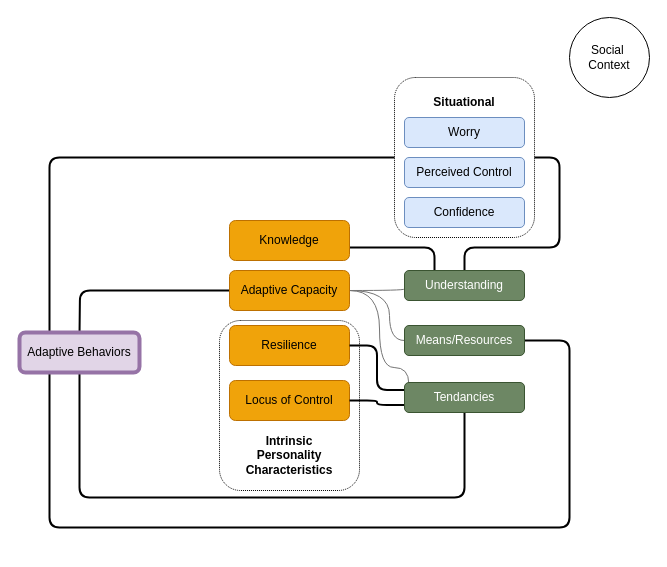
Before: Obj3_Framework.drawio in dealchre/gradDrawio, a draw.io diagram. Source tidied: cells renumbered, new cells numbered last; positions are measured from the earlier drawing's top-left corner, leaving out a move shared by most shapes. Both pictures are drawn from the tidied source at 100%, with x=0, y=0 at pixel (19, 17).
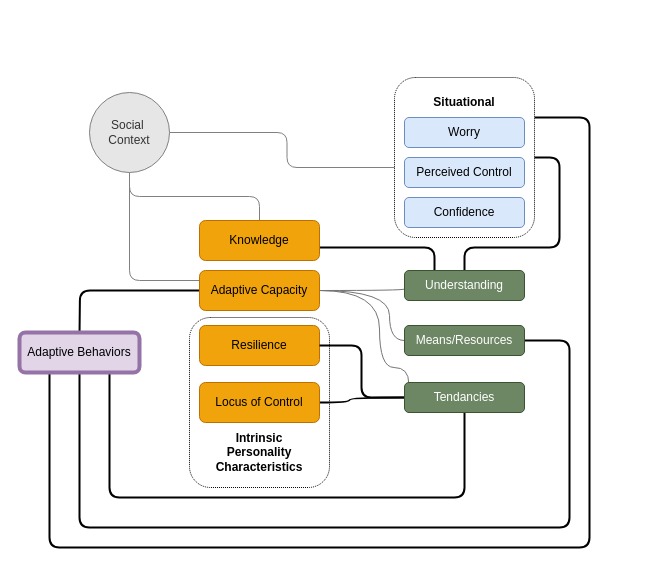
After the change.

Unchanged cells that the change refers to:
```xml
<mxCell id="2" style="rounded=1;whiteSpace=wrap;html=1;fillColor=light-dark(#FFFFFF,transparent);strokeColor=light-dark(#000000,#1A1A1A);dashed=1;dashPattern=1 1;strokeWidth=1;" parent="1" vertex="1">
  <mxGeometry x="375" y="60" width="140" height="160" as="geometry" />
</mxCell>
<mxCell id="18" value="Tendancies" style="rounded=1;whiteSpace=wrap;html=1;fillColor=#6d8764;fontColor=#ffffff;strokeColor=#3A5431;" parent="1" vertex="1">
  <mxGeometry x="385" y="365" width="120" height="30" as="geometry" />
</mxCell>
<mxCell id="22" value="Means/Resources" style="rounded=1;whiteSpace=wrap;html=1;fillColor=#6d8764;fontColor=#ffffff;strokeColor=#3A5431;" parent="1" vertex="1">
  <mxGeometry x="385" y="308" width="120" height="30" as="geometry" />
</mxCell>
<mxCell id="23" value="Worry" style="rounded=1;whiteSpace=wrap;html=1;fillColor=#dae8fc;strokeColor=#6c8ebf;" parent="1" vertex="1">
  <mxGeometry x="385" y="100" width="120" height="30" as="geometry" />
</mxCell>
<mxCell id="29" value="Adaptive Behaviors" style="rounded=1;whiteSpace=wrap;html=1;fillColor=#e1d5e7;strokeColor=#9673a6;strokeWidth=4;" parent="1" vertex="1">
  <mxGeometry y="315" width="120" height="40" as="geometry" />
</mxCell>
```

Diff of the diagram source:
```diff
@@
+    <mxCell id="30" style="edgeStyle=orthogonalEdgeStyle;rounded=1;jettySize=auto;html=1;entryX=0.405;entryY=1.029;entryDx=0;entryDy=0;endArrow=none;endFill=0;curved=0;strokeColor=#808080;entryPerimeter=0;" parent="1" edge="1" source="4" target="23">
+      <mxGeometry relative="1" as="geometry" />
+    </mxCell>
+    <mxCell id="26" style="edgeStyle=orthogonalEdgeStyle;rounded=1;jettySize=auto;html=1;exitX=1;exitY=0.25;exitDx=0;exitDy=0;entryX=0.25;entryY=1;entryDx=0;entryDy=0;endArrow=none;endFill=0;curved=0;strokeWidth=2;" parent="1" edge="1" source="2" target="29">
+      <mxGeometry relative="1" as="geometry">
+        <Array as="points">
+          <mxPoint x="570" y="100" />
+          <mxPoint x="570" y="530" />
+          <mxPoint x="30" y="530" />
+        </Array>
+      </mxGeometry>
+    </mxCell>
@@
     <mxCell id="3" style="rounded=1;whiteSpace=wrap;html=1;fillColor=light-dark(#FFFFFF,transparent);strokeColor=light-dark(#000000,#1A1A1A);dashed=1;dashPattern=1 1;strokeWidth=1;" parent="1" vertex="1">
-      <mxGeometry x="200" y="303" width="140" height="170" as="geometry" />
+      <mxGeometry x="170" y="300" width="140" height="170" as="geometry" />
     </mxCell>
+    <mxCell id="16" style="rounded=0;jettySize=auto;html=1;strokeColor=light-dark(#000000,#EA6B66);endArrow=none;endFill=0;edgeStyle=orthogonalEdgeStyle;curved=1;strokeWidth=2;exitX=0;exitY=0.5;exitDx=0;exitDy=0;" parent="1" edge="1" source="18" target="8">
+      <mxGeometry relative="1" as="geometry">
+        <Array as="points">
+          <mxPoint x="330" y="380" />
+          <mxPoint x="330" y="385" />
+        </Array>
+      </mxGeometry>
+    </mxCell>
+    <mxCell id="31" style="edgeStyle=orthogonalEdgeStyle;rounded=1;jettySize=auto;html=1;exitX=0.5;exitY=1;exitDx=0;exitDy=0;entryX=0;entryY=0.25;entryDx=0;entryDy=0;endArrow=none;endFill=0;strokeColor=none;curved=0;strokeWidth=0.5;" parent="1" edge="1" source="4" target="6">
+      <mxGeometry relative="1" as="geometry" />
+    </mxCell>
+    <mxCell id="32" style="edgeStyle=orthogonalEdgeStyle;rounded=1;jettySize=auto;html=1;exitX=0.5;exitY=1;exitDx=0;exitDy=0;strokeColor=#808080;strokeWidth=1;curved=0;endArrow=none;endFill=0;" parent="1" edge="1" source="4" target="6">
+      <mxGeometry relative="1" as="geometry" />
+    </mxCell>
+    <mxCell id="33" style="edgeStyle=orthogonalEdgeStyle;rounded=1;jettySize=auto;html=1;exitX=0.5;exitY=1;exitDx=0;exitDy=0;entryX=0;entryY=0.25;entryDx=0;entryDy=0;curved=0;endArrow=none;endFill=0;strokeColor=#808080;" parent="1" edge="1" source="4" target="14">
+      <mxGeometry relative="1" as="geometry" />
+    </mxCell>
-    <mxCell id="4" value="Social&amp;nbsp;&lt;div&gt;Context&lt;/div&gt;" style="ellipse;whiteSpace=wrap;html=1;" parent="1" vertex="1">
-      <mxGeometry x="550" width="80" height="80" as="geometry" />
+    <mxCell id="4" value="Social&amp;nbsp;&lt;div&gt;Context&lt;/div&gt;" style="ellipse;whiteSpace=wrap;html=1;fillColor=light-dark(#E6E6E6,#1A1A1A);fontColor=#333333;strokeColor=#808080;gradientColor=none;" parent="1" vertex="1">
+      <mxGeometry x="70" y="75" width="80" height="80" as="geometry" />
     </mxCell>
@@
     <mxCell id="6" value="Knowledge" style="rounded=1;whiteSpace=wrap;html=1;fillColor=#f0a30a;fontColor=#000000;strokeColor=#BD7000;" parent="1" vertex="1">
-      <mxGeometry x="210" y="203" width="120" height="40" as="geometry" />
+      <mxGeometry x="180" y="203" width="120" height="40" as="geometry" />
     </mxCell>
     <mxCell id="7" value="Resilience" style="rounded=1;whiteSpace=wrap;html=1;fillColor=#f0a30a;fontColor=#000000;strokeColor=#BD7000;" parent="1" vertex="1">
-      <mxGeometry x="210" y="308" width="120" height="40" as="geometry" />
+      <mxGeometry x="180" y="308" width="120" height="40" as="geometry" />
     </mxCell>
     <mxCell id="8" value="Locus of Control" style="rounded=1;whiteSpace=wrap;html=1;fillColor=#f0a30a;fontColor=#000000;strokeColor=#BD7000;" parent="1" vertex="1">
-      <mxGeometry x="210" y="363" width="120" height="40" as="geometry" />
+      <mxGeometry x="180" y="365" width="120" height="40" as="geometry" />
     </mxCell>
@@
     <mxCell id="14" value="Adaptive Capacity" style="rounded=1;whiteSpace=wrap;html=1;fillColor=#f0a30a;fontColor=#000000;strokeColor=#BD7000;" parent="1" vertex="1">
-      <mxGeometry x="210" y="253" width="120" height="40" as="geometry" />
+      <mxGeometry x="180" y="253" width="120" height="40" as="geometry" />
     </mxCell>
-    <mxCell id="15" style="rounded=1;jettySize=auto;html=1;exitX=0;exitY=0.25;exitDx=0;exitDy=0;endArrow=none;endFill=0;strokeWidth=2;strokeColor=light-dark(#000000,#EA6B66);edgeStyle=orthogonalEdgeStyle;curved=0;entryX=1;entryY=0.5;entryDx=0;entryDy=0;" parent="1" edge="1" source="18" target="7">
-      <mxGeometry relative="1" as="geometry" />
+    <mxCell id="15" style="rounded=1;jettySize=auto;html=1;exitX=0;exitY=0.5;exitDx=0;exitDy=0;endArrow=none;endFill=0;strokeWidth=2;strokeColor=light-dark(#000000,#EA6B66);edgeStyle=orthogonalEdgeStyle;curved=0;entryX=1;entryY=0.5;entryDx=0;entryDy=0;" parent="1" edge="1" source="18" target="7">
+      <mxGeometry relative="1" as="geometry">
+        <Array as="points">
+          <mxPoint x="342" y="380" />
+          <mxPoint x="342" y="328" />
+        </Array>
+      </mxGeometry>
     </mxCell>
-    <mxCell id="16" style="rounded=1;jettySize=auto;html=1;entryX=1;entryY=0.5;entryDx=0;entryDy=0;strokeColor=light-dark(#000000,#EA6B66);endArrow=none;endFill=0;edgeStyle=orthogonalEdgeStyle;curved=0;strokeWidth=2;exitX=0;exitY=0.75;exitDx=0;exitDy=0;" parent="1" edge="1" source="18" target="8">
-      <mxGeometry relative="1" as="geometry" />
-    </mxCell>
-    <mxCell id="17" style="edgeStyle=orthogonalEdgeStyle;rounded=1;jettySize=auto;html=1;exitX=0.5;exitY=1;exitDx=0;exitDy=0;entryX=0.5;entryY=1;entryDx=0;entryDy=0;curved=0;endArrow=none;endFill=0;strokeColor=light-dark(#000000,#EA6B66);strokeWidth=2;" parent="1" edge="1" source="18" target="29">
+    <mxCell id="17" style="edgeStyle=orthogonalEdgeStyle;rounded=1;jettySize=auto;html=1;exitX=0.5;exitY=1;exitDx=0;exitDy=0;entryX=0.75;entryY=1;entryDx=0;entryDy=0;curved=0;endArrow=none;endFill=0;strokeColor=light-dark(#000000,#EA6B66);strokeWidth=2;" parent="1" edge="1" source="18" target="29">
       <mxGeometry relative="1" as="geometry">
         <Array as="points">
           <mxPoint x="445" y="480" />
-          <mxPoint x="60" y="480" />
+          <mxPoint x="90" y="480" />
         </Array>
       </mxGeometry>
     </mxCell>
@@
-    <mxCell id="21" style="edgeStyle=orthogonalEdgeStyle;rounded=1;jettySize=auto;html=1;exitX=1;exitY=0.5;exitDx=0;exitDy=0;entryX=0.25;entryY=1;entryDx=0;entryDy=0;curved=0;strokeColor=light-dark(#000000,#EA6B66);strokeWidth=2;endArrow=none;endFill=0;" parent="1" edge="1" source="22" target="29">
+    <mxCell id="21" style="edgeStyle=orthogonalEdgeStyle;rounded=1;jettySize=auto;html=1;exitX=1;exitY=0.5;exitDx=0;exitDy=0;entryX=0.5;entryY=1;entryDx=0;entryDy=0;curved=0;strokeColor=light-dark(#000000,#EA6B66);strokeWidth=2;endArrow=none;endFill=0;" parent="1" edge="1" source="22" target="29">
       <mxGeometry relative="1" as="geometry">
         <Array as="points">
           <mxPoint x="550" y="323" />
           <mxPoint x="550" y="510" />
-          <mxPoint x="30" y="510" />
+          <mxPoint x="60" y="510" />
         </Array>
       </mxGeometry>
     </mxCell>
@@
-    <mxCell id="25" value="Confidence" style="rounded=1;whiteSpace=wrap;html=1;fillColor=#dae8fc;strokeColor=#6c8ebf;" parent="1" vertex="1">
-      <mxGeometry x="385" y="180" width="120" height="30" as="geometry" />
-    </mxCell>
-    <mxCell id="26" style="edgeStyle=orthogonalEdgeStyle;rounded=1;jettySize=auto;html=1;exitX=0;exitY=0.5;exitDx=0;exitDy=0;curved=0;strokeColor=light-dark(#000000,#EA6B66);strokeWidth=2;endArrow=none;endFill=0;entryX=0.25;entryY=0;entryDx=0;entryDy=0;" parent="1" edge="1" source="2" target="29">
-      <mxGeometry relative="1" as="geometry" />
-    </mxCell>
@@
     <mxCell id="28" value="&lt;b&gt;Intrinsic Personality Characteristics&lt;/b&gt;" style="text;html=1;whiteSpace=wrap;strokeColor=none;fillColor=none;align=center;verticalAlign=middle;rounded=0;" parent="1" vertex="1">
-      <mxGeometry x="215" y="423" width="110" height="30" as="geometry" />
+      <mxGeometry x="185" y="420" width="110" height="30" as="geometry" />
     </mxCell>
@@
+    <mxCell id="25" value="Confidence" style="rounded=1;whiteSpace=wrap;html=1;fillColor=#dae8fc;strokeColor=#6c8ebf;" parent="1" vertex="1">
+      <mxGeometry x="385" y="180" width="120" height="30" as="geometry" />
+    </mxCell>
```
